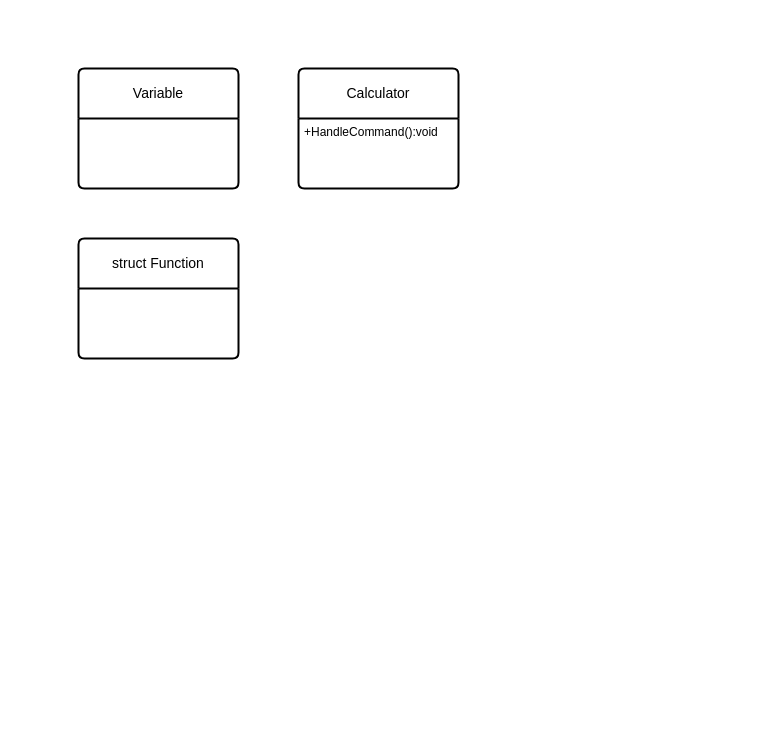
Above: Lab3/Calc/Calc.drawio in x4la1/ooplabs (draw.io), before the change. Source tidied: cells renumbered, new cells numbered last; positions are measured from the earlier drawing's top-left corner, leaving out a move shared by most shapes. Both pictures are drawn from the tidied source at 100%, with x=0, y=0 at pixel (78, 68).
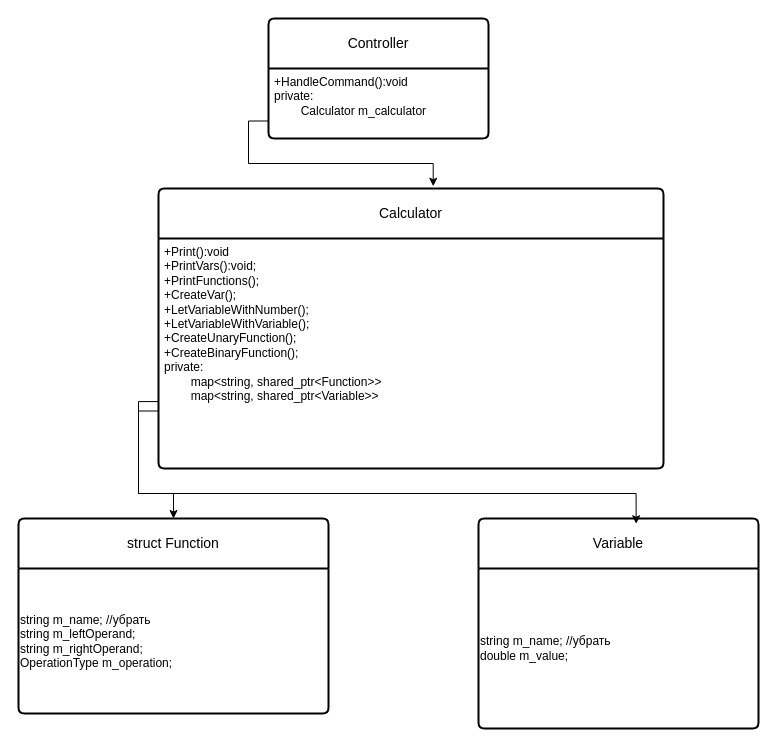
The same diagram, later.

Commit message (it also covers changes not shown here):
add commnets for calc

What changed in the source:
```diff
@@
 <mxGraphModel>
   <root>
     <mxCell id="0" />
     <mxCell id="1" parent="0" />
     <mxCell id="2" value="Calculator" style="swimlane;horizontal=1;startSize=50;rounded=1;fontSize=14;fontStyle=0;strokeWidth=2;shadow=0;dashed=0;align=center;arcSize=4;whiteSpace=wrap;html=1;" parent="1" vertex="1">
-      <mxGeometry x="220" width="160" height="120" as="geometry" />
+      <mxGeometry x="80" y="120" width="505" height="280" as="geometry" />
     </mxCell>
-    <mxCell id="3" value="+HandleCommand():void" style="align=left;strokeColor=none;fillColor=none;spacingLeft=4;spacingRight=4;fontSize=12;verticalAlign=top;html=1;whiteSpace=wrap;" parent="2" vertex="1">
-      <mxGeometry y="50" width="160" height="70" as="geometry" />
+    <mxCell id="3" value="&lt;div&gt;&lt;div&gt;+Print():void&lt;/div&gt;&lt;div&gt;&lt;span style=&quot;white-space: normal;&quot;&gt;+PrintVars():void;&lt;/span&gt;&lt;/div&gt;&lt;div&gt;&lt;span style=&quot;white-space: normal;&quot;&gt;+PrintFunctions();&lt;/span&gt;&lt;/div&gt;&lt;div&gt;&lt;span style=&quot;white-space: normal;&quot;&gt;+CreateVar();&lt;/span&gt;&lt;/div&gt;&lt;div&gt;&lt;span style=&quot;white-space: normal;&quot;&gt;+LetVariableWithNumber();&lt;/span&gt;&lt;/div&gt;&lt;div&gt;&lt;span style=&quot;white-space: normal;&quot;&gt;+LetVariableWithVariable();&lt;/span&gt;&lt;/div&gt;&lt;div&gt;&lt;span style=&quot;white-space: normal;&quot;&gt;+CreateUnaryFunction();&lt;/span&gt;&lt;/div&gt;&lt;div&gt;&lt;span style=&quot;white-space: normal;&quot;&gt;+CreateBinaryFunction();&lt;/span&gt;&lt;/div&gt;&lt;/div&gt;&lt;div&gt;&lt;span style=&quot;white-space: normal;&quot;&gt;private:&lt;/span&gt;&lt;/div&gt;&lt;div&gt;&lt;span style=&quot;white-space: pre;&quot;&gt;&#9;&lt;/span&gt;map&amp;lt;string, shared_ptr&amp;lt;Function&amp;gt;&amp;gt;&lt;br&gt;&lt;/div&gt;&lt;div&gt;&lt;span style=&quot;white-space: pre;&quot;&gt;&#9;&lt;/span&gt;&lt;span style=&quot;background-color: transparent; color: light-dark(rgb(0, 0, 0), rgb(255, 255, 255));&quot;&gt;map&amp;lt;string, shared_ptr&amp;lt;Variable&amp;gt;&amp;gt;&lt;/span&gt;&lt;br&gt;&lt;/div&gt;&lt;div&gt;&lt;span style=&quot;background-color: transparent; color: light-dark(rgb(0, 0, 0), rgb(255, 255, 255));&quot;&gt;&lt;br&gt;&lt;/span&gt;&lt;/div&gt;" style="align=left;strokeColor=none;fillColor=none;spacingLeft=4;spacingRight=4;fontSize=12;verticalAlign=top;html=1;whiteSpace=wrap;" parent="2" vertex="1">
+      <mxGeometry y="50" width="505" height="230" as="geometry" />
     </mxCell>
     <mxCell id="4" value="struct Function" style="swimlane;horizontal=1;startSize=50;rounded=1;fontSize=14;fontStyle=0;strokeWidth=2;shadow=0;dashed=0;align=center;arcSize=4;whiteSpace=wrap;html=1;" parent="1" vertex="1">
-      <mxGeometry y="170" width="160" height="120" as="geometry" />
+      <mxGeometry x="-60" y="450" width="310" height="195" as="geometry" />
     </mxCell>
+    <mxCell id="6" value="&lt;div&gt;string m_name; //убрать&lt;/div&gt;&lt;div&gt;&lt;span style=&quot;white-space-collapse: collapse;&quot;&gt;string m_leftOperand;&lt;/span&gt;&lt;/div&gt;&lt;div&gt;&lt;span style=&quot;white-space-collapse: collapse;&quot;&gt;string m_rightOperand;&lt;/span&gt;&lt;/div&gt;&lt;div&gt;&lt;span style=&quot;white-space-collapse: collapse;&quot;&gt;OperationType m_operation;&lt;/span&gt;&lt;/div&gt;" style="text;html=1;align=left;verticalAlign=middle;strokeColor=none;fillColor=none;" parent="4" vertex="1">
+      <mxGeometry y="50" width="310" height="145" as="geometry" />
+    </mxCell>
     <mxCell id="5" value="Variable" style="swimlane;horizontal=1;startSize=50;rounded=1;fontSize=14;fontStyle=0;strokeWidth=2;shadow=0;dashed=0;align=center;arcSize=4;whiteSpace=wrap;html=1;" parent="1" vertex="1">
-      <mxGeometry width="160" height="120" as="geometry" />
+      <mxGeometry x="400" y="450" width="280" height="210" as="geometry" />
     </mxCell>
+    <mxCell id="7" value="&lt;div&gt;string m_name; //убрать&lt;/div&gt;&lt;div&gt;&lt;span style=&quot;white-space-collapse: collapse;&quot;&gt;double m_value;&lt;/span&gt;&lt;/div&gt;" style="text;html=1;align=left;verticalAlign=middle;strokeColor=none;fillColor=none;" parent="5" vertex="1">
+      <mxGeometry y="50" width="280" height="160" as="geometry" />
+    </mxCell>
+    <mxCell id="8" value="Controller" style="swimlane;horizontal=1;startSize=50;rounded=1;fontSize=14;fontStyle=0;strokeWidth=2;shadow=0;dashed=0;align=center;arcSize=4;whiteSpace=wrap;html=1;" parent="1" vertex="1">
+      <mxGeometry x="190" y="-50" width="220" height="120" as="geometry" />
+    </mxCell>
+    <mxCell id="9" value="+HandleCommand():void&lt;div&gt;private:&lt;br&gt;&lt;span style=&quot;white-space: pre;&quot;&gt;&#9;&lt;/span&gt;Calculator m_calculator&lt;br&gt;&lt;/div&gt;" style="align=left;strokeColor=none;fillColor=none;spacingLeft=4;spacingRight=4;fontSize=12;verticalAlign=top;html=1;whiteSpace=wrap;" parent="8" vertex="1">
+      <mxGeometry y="50" width="220" height="70" as="geometry" />
+    </mxCell>
+    <mxCell id="10" style="edgeStyle=orthogonalEdgeStyle;rounded=0;jettySize=auto;html=1;exitX=0;exitY=0.75;exitDx=0;exitDy=0;entryX=0.544;entryY=-0.008;entryDx=0;entryDy=0;entryPerimeter=0;" parent="1" edge="1" source="9" target="2">
+      <mxGeometry relative="1" as="geometry" />
+    </mxCell>
+    <mxCell id="11" style="edgeStyle=orthogonalEdgeStyle;rounded=0;jettySize=auto;html=1;exitX=0;exitY=0.709;exitDx=0;exitDy=0;exitPerimeter=0;" parent="1" edge="1" source="3" target="4">
+      <mxGeometry relative="1" as="geometry" />
+    </mxCell>
+    <mxCell id="12" style="edgeStyle=orthogonalEdgeStyle;rounded=0;jettySize=auto;html=1;exitX=0;exitY=0.75;exitDx=0;exitDy=0;entryX=0.563;entryY=0.025;entryDx=0;entryDy=0;entryPerimeter=0;" parent="1" edge="1" source="3" target="5">
+      <mxGeometry relative="1" as="geometry" />
+    </mxCell>
   </root>
 </mxGraphModel>
```
